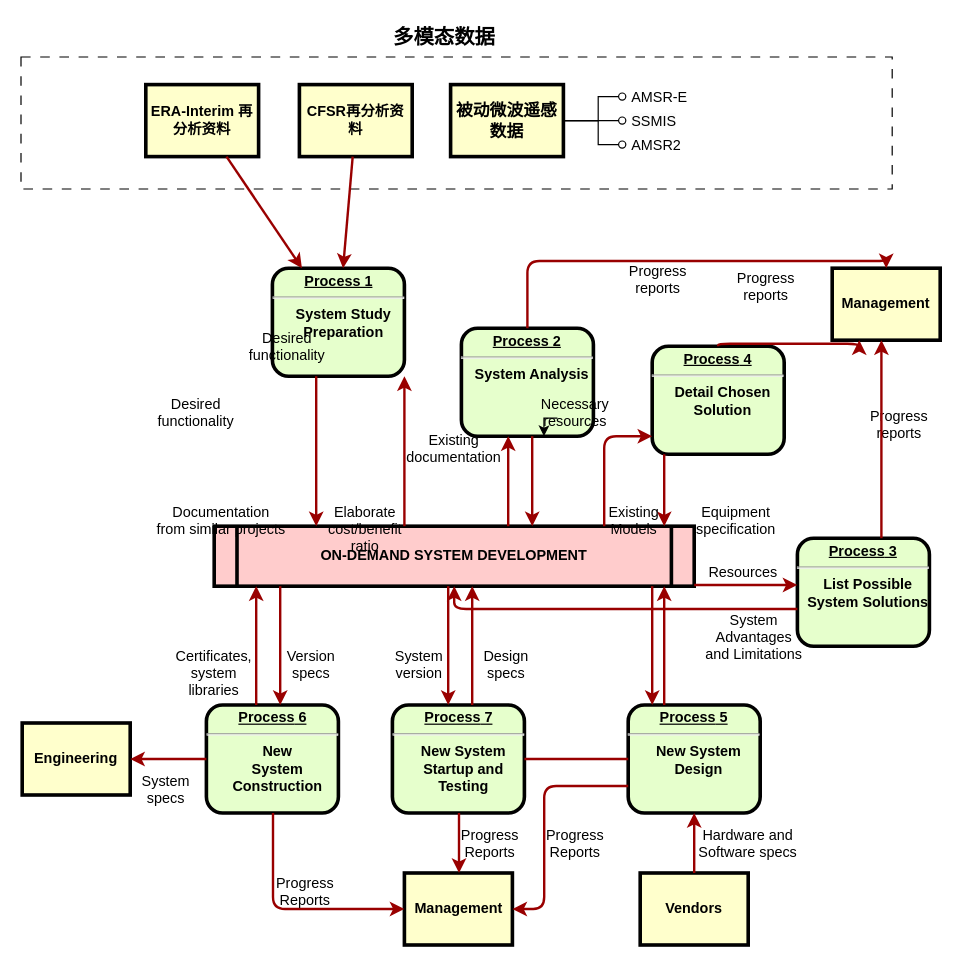
The draw.io diagram 北极航道.drawio in huxinkan517/DRAW.IO, before the edit. Source tidied: cells renumbered, new cells numbered last; positions are measured from the earlier drawing's top-left corner, leaving out a move shared by most shapes. Both pictures are drawn from the tidied source at 120%, with x=0, y=0 at pixel (20, 20).
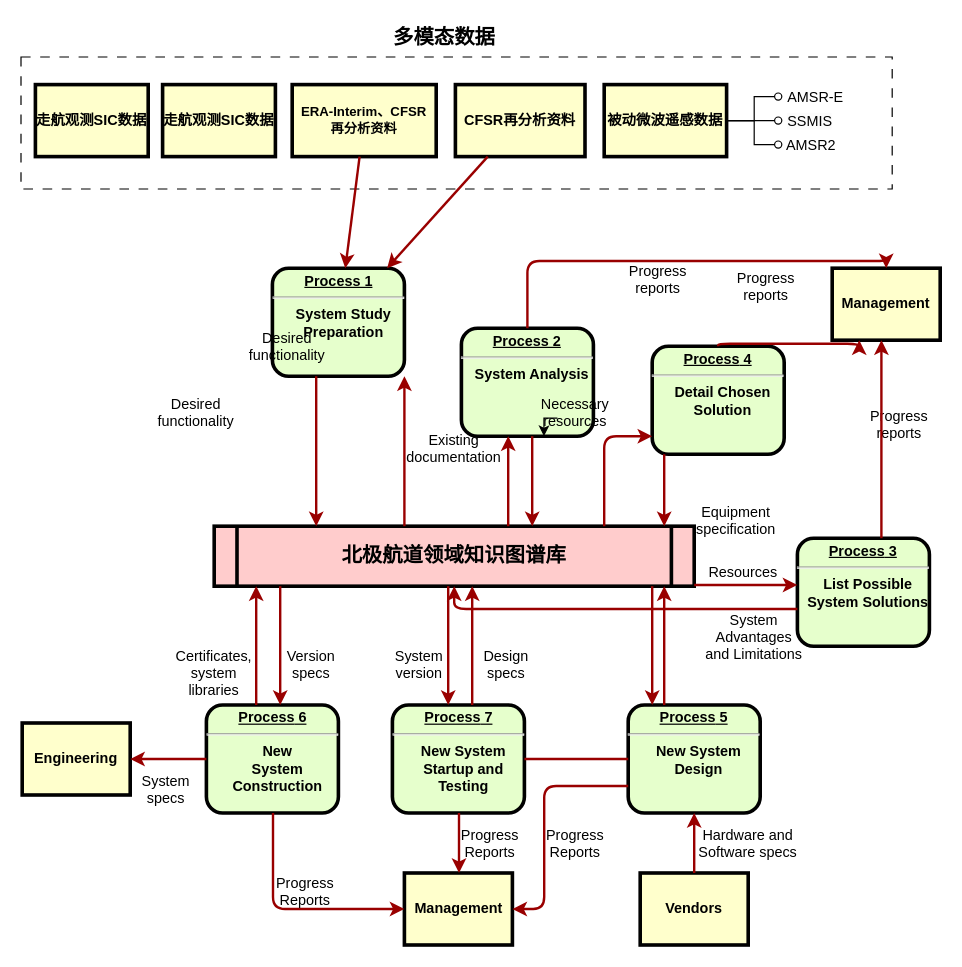
After the change.

Commit message:
更新北极航道.drawio

The edit, as a diff of the source:
```diff
@@
-    <mxCell id="4" value="ERA-Interim 再分析资料" style="whiteSpace=wrap;align=center;verticalAlign=middle;fontStyle=1;strokeWidth=3;fillColor=#FFFFCC;fontSize=12;" parent="1" vertex="1">
-      <mxGeometry x="104" y="53" width="94" height="60" as="geometry" />
+    <mxCell id="4" value="ERA-Interim、CFSR&#10;再分析资料" style="whiteSpace=wrap;align=center;verticalAlign=middle;fontStyle=1;strokeWidth=3;fillColor=#FFFFCC;fontSize=11;" parent="1" vertex="1">
+      <mxGeometry x="226" y="53" width="120" height="60" as="geometry" />
     </mxCell>
     <mxCell id="5" value="CFSR再分析资料" style="whiteSpace=wrap;align=center;verticalAlign=middle;fontStyle=1;strokeWidth=3;fillColor=#FFFFCC;fontSize=12;" parent="1" vertex="1">
-      <mxGeometry x="232" y="53" width="94" height="60" as="geometry" />
+      <mxGeometry x="362" y="53" width="108" height="60" as="geometry" />
     </mxCell>
-    <mxCell id="6" value="ON-DEMAND SYSTEM DEVELOPMENT" style="shape=process;whiteSpace=wrap;align=center;verticalAlign=middle;size=0.0475;fontStyle=1;strokeWidth=3;fillColor=#FFCCCC;" parent="1" vertex="1">
+    <mxCell id="6" value="北极航道领域知识图谱库" style="shape=process;whiteSpace=wrap;align=center;verticalAlign=middle;size=0.0475;fontStyle=1;strokeWidth=3;fillColor=#FFCCCC;fontSize=17;" parent="1" vertex="1">
       <mxGeometry x="161" y="421" width="400" height="50" as="geometry" />
     </mxCell>
@@
-    <mxCell id="22" value="Documentation&#10;from similar projects" style="text;spacingTop=-5;align=center;" parent="1" vertex="1">
-      <mxGeometry x="152" y="401" width="30" height="20" as="geometry" />
-    </mxCell>
@@
-    <mxCell id="25" value="Elaborate&#10;cost/benefit&#10;ratio" style="text;spacingTop=-5;align=center;" parent="1" vertex="1">
-      <mxGeometry x="272" y="401" width="30" height="20" as="geometry" />
-    </mxCell>
@@
-    <mxCell id="39" value="Existing&#10;Models" style="text;spacingTop=-5;align=center;" parent="1" vertex="1">
-      <mxGeometry x="496" y="401" width="30" height="20" as="geometry" />
-    </mxCell>
@@
     <mxCell id="65" style="edgeStyle=orthogonalEdgeStyle;rounded=0;jettySize=auto;html=1;exitX=1;exitY=0.5;exitDx=0;exitDy=0;endArrow=oval;endFill=0;" parent="1" edge="1" source="67">
       <mxGeometry relative="1" as="geometry">
-        <mxPoint x="501" y="63" as="targetPoint" />
+        <mxPoint x="631" y="63" as="targetPoint" />
         <Array as="points">
-          <mxPoint x="481" y="83" />
-          <mxPoint x="481" y="63" />
+          <mxPoint x="611" y="83" />
+          <mxPoint x="611" y="63" />
         </Array>
       </mxGeometry>
     </mxCell>
     <mxCell id="66" style="edgeStyle=orthogonalEdgeStyle;rounded=0;jettySize=auto;html=1;exitX=1;exitY=0.5;exitDx=0;exitDy=0;endArrow=oval;endFill=0;" parent="1" edge="1" source="67">
       <mxGeometry relative="1" as="geometry">
-        <mxPoint x="501" y="83" as="targetPoint" />
+        <mxPoint x="631" y="83" as="targetPoint" />
       </mxGeometry>
     </mxCell>
-    <mxCell id="67" value="被动微波遥感数据" style="whiteSpace=wrap;align=center;verticalAlign=middle;fontStyle=1;strokeWidth=3;fillColor=#FFFFCC;fontSize=14;" parent="1" vertex="1">
-      <mxGeometry x="358" y="53" width="94" height="60" as="geometry" />
+    <mxCell id="67" value="被动微波遥感数据" style="whiteSpace=wrap;align=center;verticalAlign=middle;fontStyle=1;strokeWidth=3;fillColor=#FFFFCC;fontSize=12;" parent="1" vertex="1">
+      <mxGeometry x="486" y="53" width="102" height="60" as="geometry" />
     </mxCell>
     <mxCell id="68" style="edgeStyle=orthogonalEdgeStyle;rounded=0;jettySize=auto;html=1;exitX=1;exitY=0.5;exitDx=0;exitDy=0;endArrow=oval;endFill=0;" parent="1" edge="1" source="67">
       <mxGeometry relative="1" as="geometry">
-        <mxPoint x="501" y="103" as="targetPoint" />
+        <mxPoint x="631" y="103" as="targetPoint" />
         <Array as="points">
-          <mxPoint x="481" y="83" />
-          <mxPoint x="481" y="103" />
+          <mxPoint x="611" y="83" />
+          <mxPoint x="611" y="103" />
         </Array>
       </mxGeometry>
     </mxCell>
     <mxCell id="69" value="&lt;span style=&quot;color: rgb(0, 0, 0); font-family: Helvetica; font-size: 12px; font-style: normal; font-variant-ligatures: normal; font-variant-caps: normal; font-weight: 400; letter-spacing: normal; orphans: 2; text-align: left; text-indent: 0px; text-transform: none; widows: 2; word-spacing: 0px; -webkit-text-stroke-width: 0px; background-color: rgb(251, 251, 251); text-decoration-thickness: initial; text-decoration-style: initial; text-decoration-color: initial; float: none; display: inline !important;&quot;&gt;SSMIS&lt;/span&gt;" style="text;whiteSpace=wrap;html=1;" parent="1" vertex="1">
-      <mxGeometry x="507" y="70" width="80" height="40" as="geometry" />
+      <mxGeometry x="637" y="70" width="80" height="40" as="geometry" />
     </mxCell>
     <mxCell id="70" value="AMSR-E" style="text;whiteSpace=wrap;html=1;" parent="1" vertex="1">
-      <mxGeometry x="507" y="50" width="70" height="40" as="geometry" />
+      <mxGeometry x="637" y="50" width="70" height="40" as="geometry" />
     </mxCell>
     <mxCell id="71" value="AMSR2" style="text;whiteSpace=wrap;html=1;" parent="1" vertex="1">
-      <mxGeometry x="507" y="90" width="70" height="40" as="geometry" />
+      <mxGeometry x="636" y="90" width="70" height="40" as="geometry" />
     </mxCell>
@@
+    <mxCell id="73" value="&lt;p&gt;&lt;br&gt;&lt;/p&gt;" style="text;whiteSpace=wrap;html=1;" parent="1" vertex="1">
+      <mxGeometry x="117" y="73" width="120" height="40" as="geometry" />
+    </mxCell>
+    <mxCell id="74" value="走航观测SIC数据" style="whiteSpace=wrap;align=center;verticalAlign=middle;fontStyle=1;strokeWidth=3;fillColor=#FFFFCC;fontSize=12;" parent="1" vertex="1">
+      <mxGeometry x="118" y="53" width="94" height="60" as="geometry" />
+    </mxCell>
+    <mxCell id="75" value="走航观测SIC数据" style="whiteSpace=wrap;align=center;verticalAlign=middle;fontStyle=1;strokeWidth=3;fillColor=#FFFFCC;fontSize=12;" parent="1" vertex="1">
+      <mxGeometry x="12" y="53" width="94" height="60" as="geometry" />
+    </mxCell>
```
